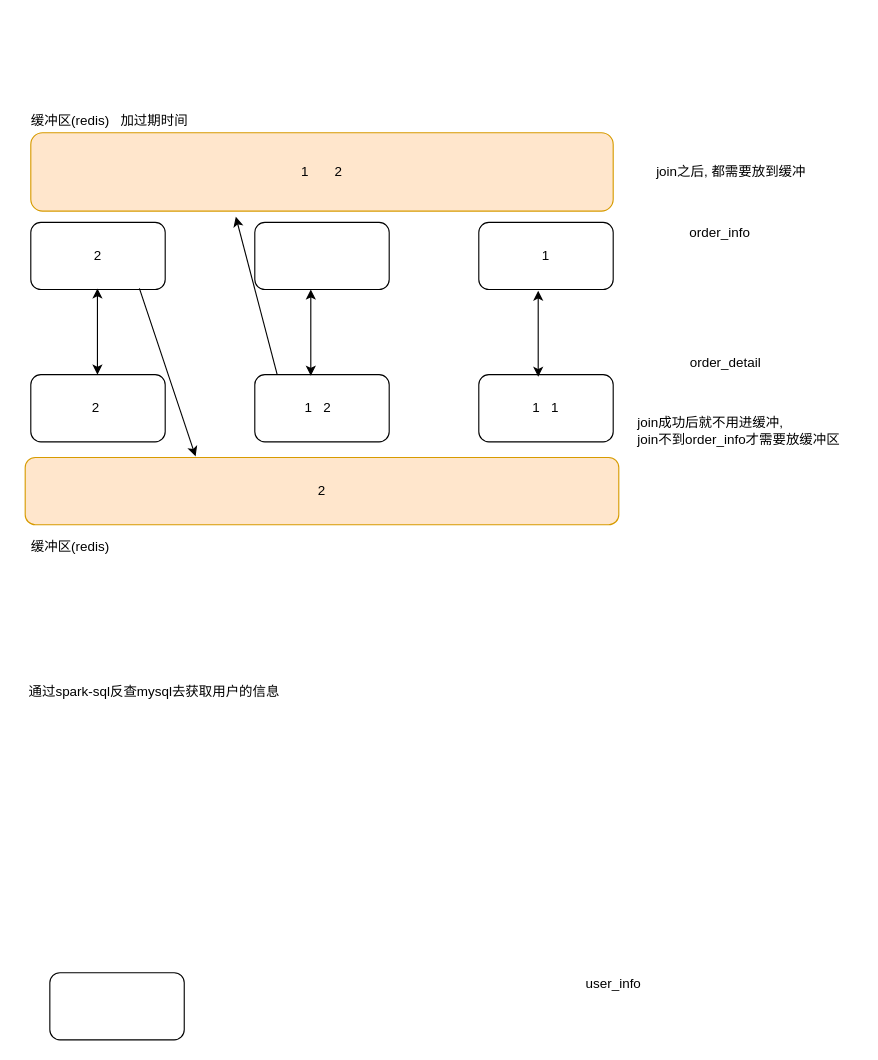
This is page "双流join" (10 of 10) of node/图示.drawio from zhenchao125/gmall1015, a draw.io file, before an edit. Source tidied: cells renumbered, new cells numbered last; positions are measured from the earlier drawing's top-left corner, leaving out a move shared by most shapes. Both pictures are drawn from the tidied source at 112%, with x=0, y=0 at pixel (19, 110).
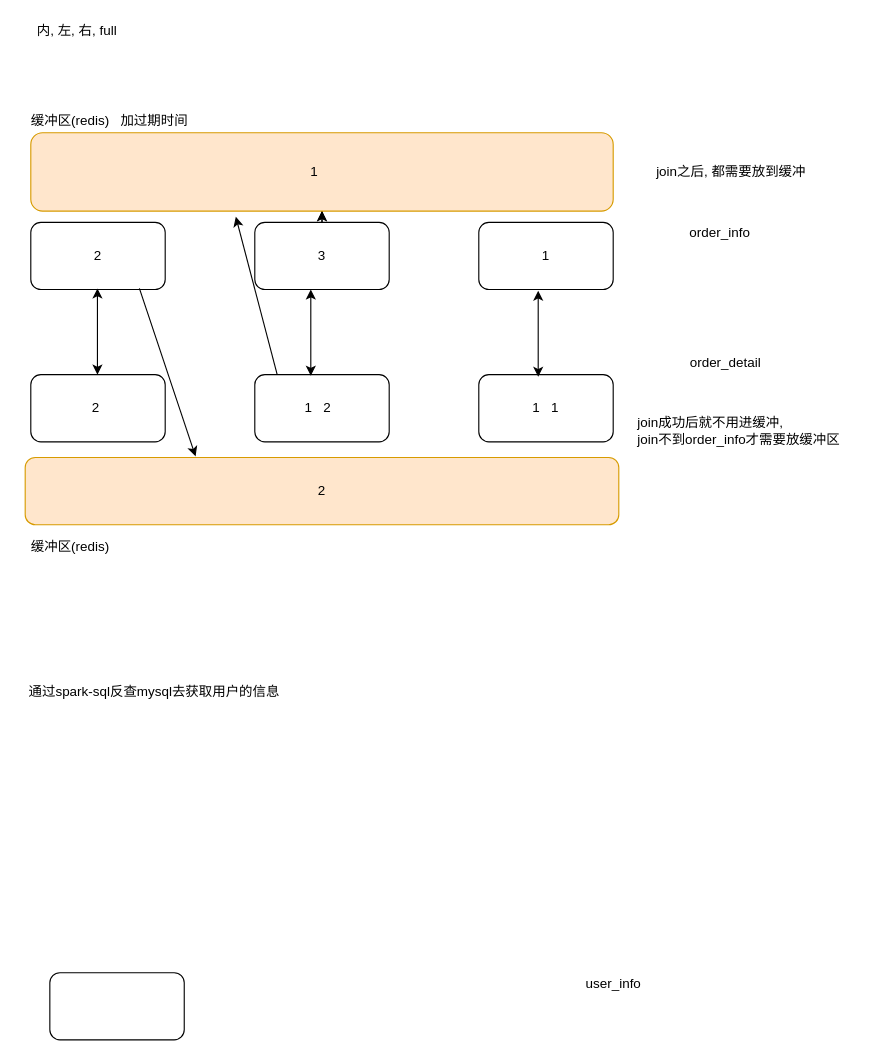
After the change.

What changed in the source:
```diff
@@
+    <mxCell id="24" style="edgeStyle=orthogonalEdgeStyle;rounded=0;jettySize=auto;html=1;" parent="1" edge="1" source="3" target="15">
+      <mxGeometry relative="1" as="geometry" />
+    </mxCell>
+    <mxCell id="25" style="edgeStyle=orthogonalEdgeStyle;rounded=0;jettySize=auto;html=1;" parent="1" edge="1" source="3" target="15">
+      <mxGeometry relative="1" as="geometry" />
+    </mxCell>
-    <mxCell id="3" style="rounded=1;whiteSpace=wrap;html=1;" parent="1" vertex="1">
+    <mxCell id="3" value="3" style="rounded=1;whiteSpace=wrap;html=1;" parent="1" vertex="1">
       <mxGeometry x="210" y="100" width="120" height="60" as="geometry" />
     </mxCell>
@@
-    <mxCell id="15" value="1&amp;nbsp; &amp;nbsp; &amp;nbsp; &amp;nbsp;2" style="rounded=1;whiteSpace=wrap;html=1;fillColor=#ffe6cc;strokeColor=#d79b00;" parent="1" vertex="1">
+    <mxCell id="15" value="1&amp;nbsp; &amp;nbsp;&amp;nbsp;" style="rounded=1;whiteSpace=wrap;html=1;fillColor=#ffe6cc;strokeColor=#d79b00;" parent="1" vertex="1">
       <mxGeometry x="10" y="20" width="520" height="70" as="geometry" />
     </mxCell>
@@
+    <mxCell id="26" value="内, 左, 右, full" style="text;html=1;align=center;verticalAlign=middle;" parent="1" vertex="1">
+      <mxGeometry x="6" y="-81" width="90" height="20" as="geometry" />
+    </mxCell>
```
